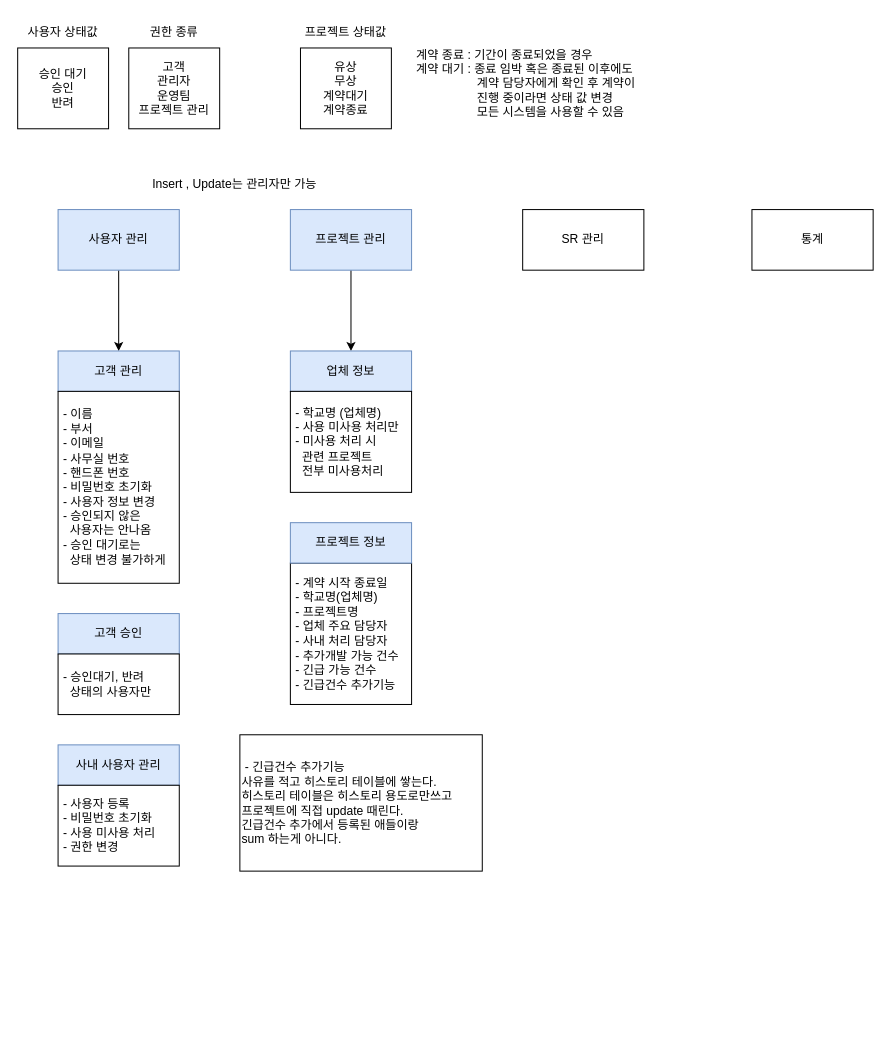
This is page "관리자 메뉴구성" (2 of 2) of alive-ticket-flow.drawio from HAR00N/draw.io, a draw.io file, before an edit. Source tidied: cells renumbered, new cells numbered last; positions are measured from the earlier drawing's top-left corner, leaving out a move shared by most shapes. Both pictures are drawn from the tidied source at 101%, with x=0, y=0 at pixel (17, 17).
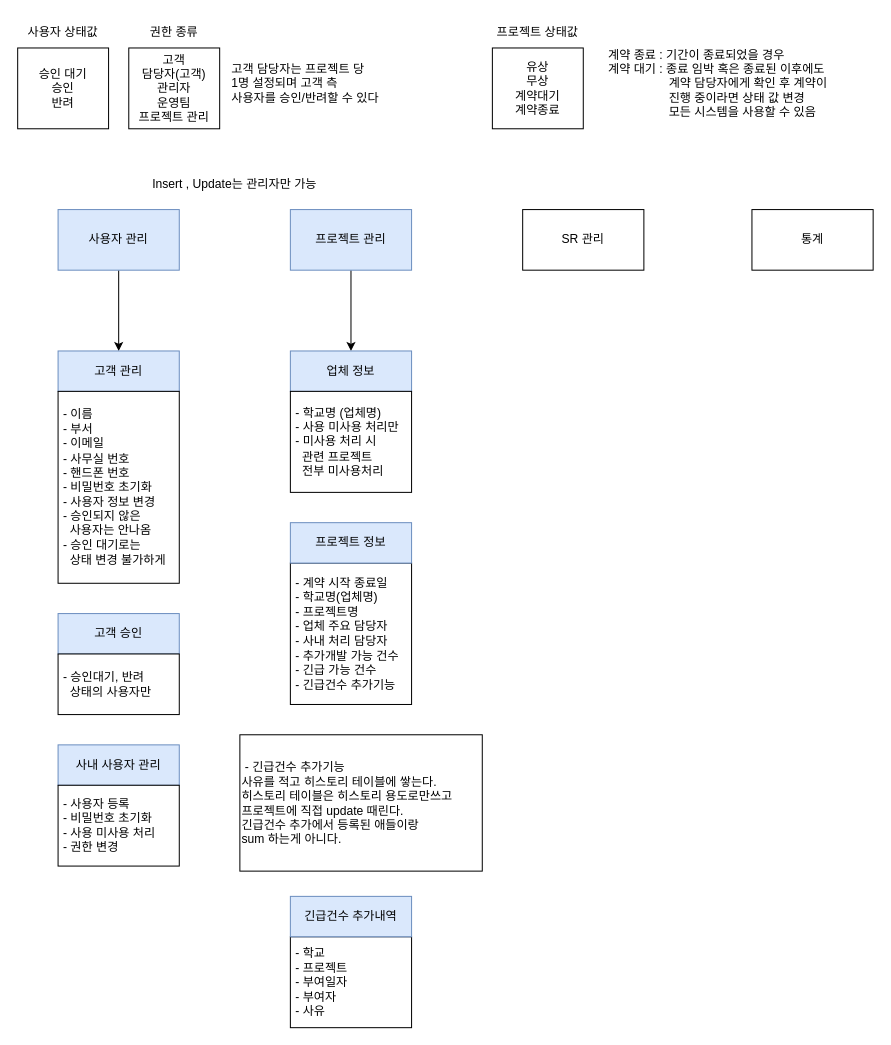
The same page after the edit.

The edit, as a diff of the source:
```diff
@@
     <mxCell id="11" value="유상&lt;br&gt;무상&lt;br&gt;계약대기&lt;br&gt;계약종료" style="rounded=0;whiteSpace=wrap;html=1;" parent="1" vertex="1">
-      <mxGeometry x="280" y="30" width="90" height="80" as="geometry" />
+      <mxGeometry x="470" y="30" width="90" height="80" as="geometry" />
     </mxCell>
@@
     <mxCell id="14" value="계약 종료 : 기간이 종료되었을 경우&lt;br&gt;계약 대기 : 종료 임박 혹은 종료된 이후에도&lt;br&gt;&amp;nbsp; &amp;nbsp; &amp;nbsp; &amp;nbsp; &amp;nbsp; &amp;nbsp; &amp;nbsp; &amp;nbsp; &amp;nbsp; 계약 담당자에게 확인 후 계약이&lt;br&gt;&amp;nbsp; &amp;nbsp; &amp;nbsp; &amp;nbsp; &amp;nbsp; &amp;nbsp; &amp;nbsp; &amp;nbsp; &amp;nbsp; 진행 중이라면 상태 값 변경&lt;br&gt;&amp;nbsp; &amp;nbsp; &amp;nbsp; &amp;nbsp; &amp;nbsp; &amp;nbsp; &amp;nbsp; &amp;nbsp; &amp;nbsp; 모든 시스템을 사용할 수 있음" style="text;html=1;strokeColor=none;fillColor=none;align=left;verticalAlign=middle;whiteSpace=wrap;rounded=0;" parent="1" vertex="1">
-      <mxGeometry x="393" y="20" width="243" height="90" as="geometry" />
+      <mxGeometry x="583" y="20" width="243" height="90" as="geometry" />
     </mxCell>
@@
-    <mxCell id="18" value="고객&lt;br&gt;관리자&lt;br&gt;운영팀&lt;br&gt;프로젝트 관리" style="rounded=0;whiteSpace=wrap;html=1;" parent="1" vertex="1">
+    <mxCell id="18" value="고객&lt;br&gt;담당자(고객)&lt;br&gt;관리자&lt;br&gt;운영팀&lt;br&gt;프로젝트 관리" style="rounded=0;whiteSpace=wrap;html=1;" parent="1" vertex="1">
       <mxGeometry x="110" y="30" width="90" height="80" as="geometry" />
     </mxCell>
@@
     <mxCell id="20" value="프로젝트 상태값" style="text;html=1;strokeColor=none;fillColor=none;align=center;verticalAlign=middle;whiteSpace=wrap;rounded=0;" parent="1" vertex="1">
-      <mxGeometry x="280" width="90" height="30" as="geometry" />
+      <mxGeometry x="470" width="90" height="30" as="geometry" />
     </mxCell>
@@
+    <mxCell id="27" value="고객 담당자는 프로젝트 당&lt;br&gt;1명 설정되며 고객 측&lt;br&gt;사용자를 승인/반려할 수 있다" style="text;html=1;strokeColor=none;fillColor=none;align=left;verticalAlign=middle;whiteSpace=wrap;rounded=0;" parent="1" vertex="1">
+      <mxGeometry x="210" y="30" width="160" height="70" as="geometry" />
+    </mxCell>
+    <mxCell id="28" value="&amp;nbsp;- 학교&lt;br&gt;&amp;nbsp;- 프로젝트&lt;br&gt;&amp;nbsp;- 부여일자&lt;br&gt;&amp;nbsp;- 부여자&lt;br&gt;&amp;nbsp;- 사유" style="rounded=0;whiteSpace=wrap;html=1;align=left;" parent="1" vertex="1">
+      <mxGeometry x="270" y="910" width="120" height="90" as="geometry" />
+    </mxCell>
+    <mxCell id="29" value="긴급건수 추가내역" style="whiteSpace=wrap;html=1;rounded=0;fillColor=#dae8fc;strokeColor=#6c8ebf;" parent="1" vertex="1">
+      <mxGeometry x="270" y="870" width="120" height="40" as="geometry" />
+    </mxCell>
```
